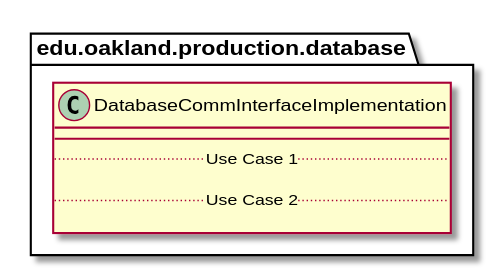
Above: docs/uml-class-diagrams/database/production/DatabaseCommInterfaceImplementation/DatabaseCommInterfaceImplementation.svg in andrewdimmer/csi-3370-software-project (PlantUML), before the change.
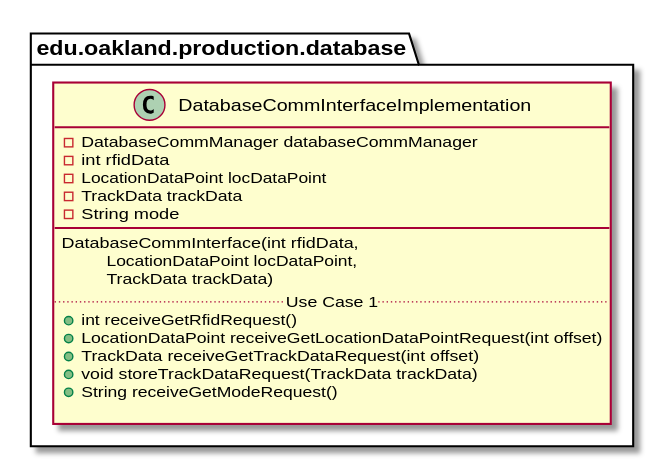
Above is the later version.

The edit, as a diff of the source:
```diff
@@ -2,10 +2,21 @@
 
 package edu.oakland.production.database {
     class DatabaseCommInterfaceImplementation {
+        - DatabaseCommManager databaseCommManager
+    	- int rfidData
+    	- LocationDataPoint locDataPoint
+    	- TrackData trackData
+    	- String mode
         __
+        DatabaseCommInterface(int rfidData,
+        \tLocationDataPoint locDataPoint,
+        \tTrackData trackData)
         .. Use Case 1 ..
-
-        .. Use Case 2 ..
+        + int receiveGetRfidRequest()
+        + LocationDataPoint receiveGetLocationDataPointRequest(int offset)
+        + TrackData receiveGetTrackDataRequest(int offset)
+        + void storeTrackDataRequest(TrackData trackData)
+        + String receiveGetModeRequest()
 
     }
 }
```
